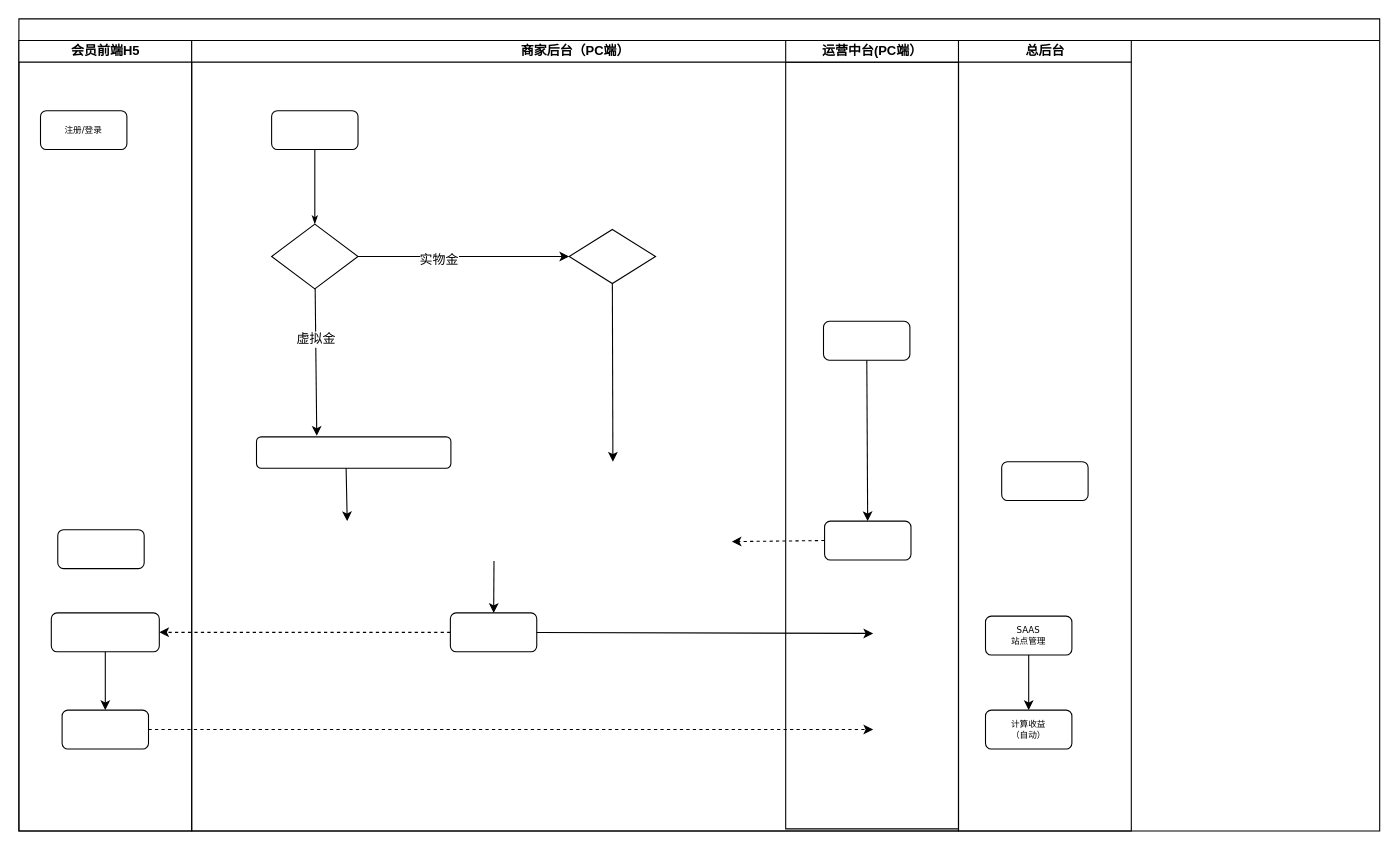
Before: page "产业链" (2 of 3) of Untitled Diagram.drawio in ics86/ThisIsTest, a draw.io diagram. Source tidied: cells renumbered, new cells numbered last; positions are measured from the earlier drawing's top-left corner, leaving out a move shared by most shapes. Both pictures are drawn from the tidied source at 108%, with x=0, y=0 at pixel (18, 18).
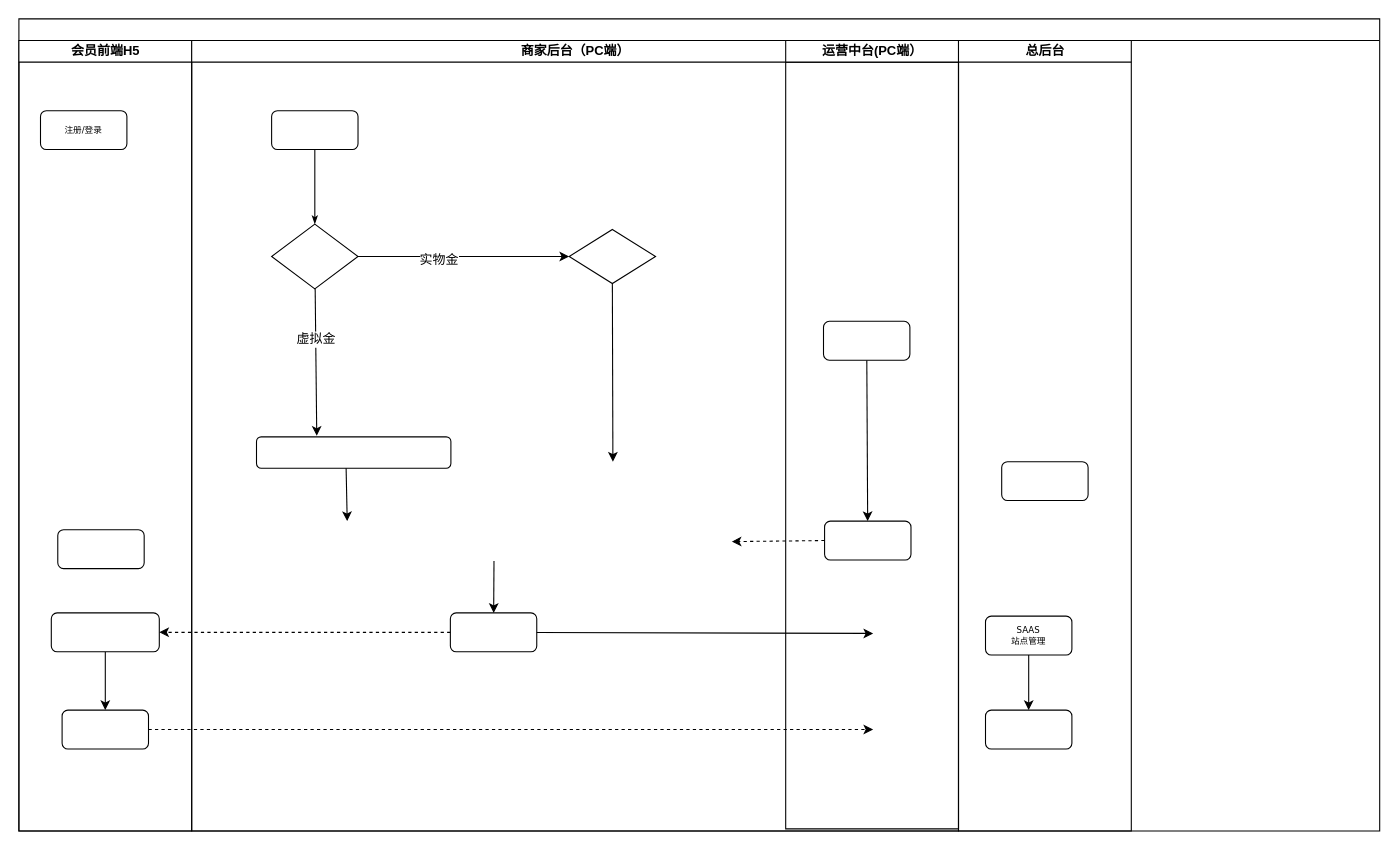
The same diagram, later.

The change refers to these unchanged cells:
```xml
<mxCell id="27" value="总后台" style="swimlane;html=1;startSize=20;" parent="2" vertex="1">
  <mxGeometry x="870" y="20" width="160" height="732" as="geometry" />
</mxCell>
```

Diff of the diagram source:
```diff
@@
-    <mxCell id="28" value="计算收益&lt;br&gt;（自动）" style="rounded=1;whiteSpace=wrap;html=1;shadow=0;labelBackgroundColor=none;strokeColor=#000000;strokeWidth=1;fillColor=#ffffff;fontFamily=Verdana;fontSize=8;fontColor=#000000;align=center;" parent="27" vertex="1">
+    <mxCell id="28" style="rounded=1;whiteSpace=wrap;html=1;shadow=0;labelBackgroundColor=none;strokeColor=#000000;strokeWidth=1;fillColor=#ffffff;fontFamily=Verdana;fontSize=8;fontColor=#000000;align=center;" parent="27" vertex="1">
       <mxGeometry x="25" y="620" width="80" height="36" as="geometry" />
     </mxCell>
```
